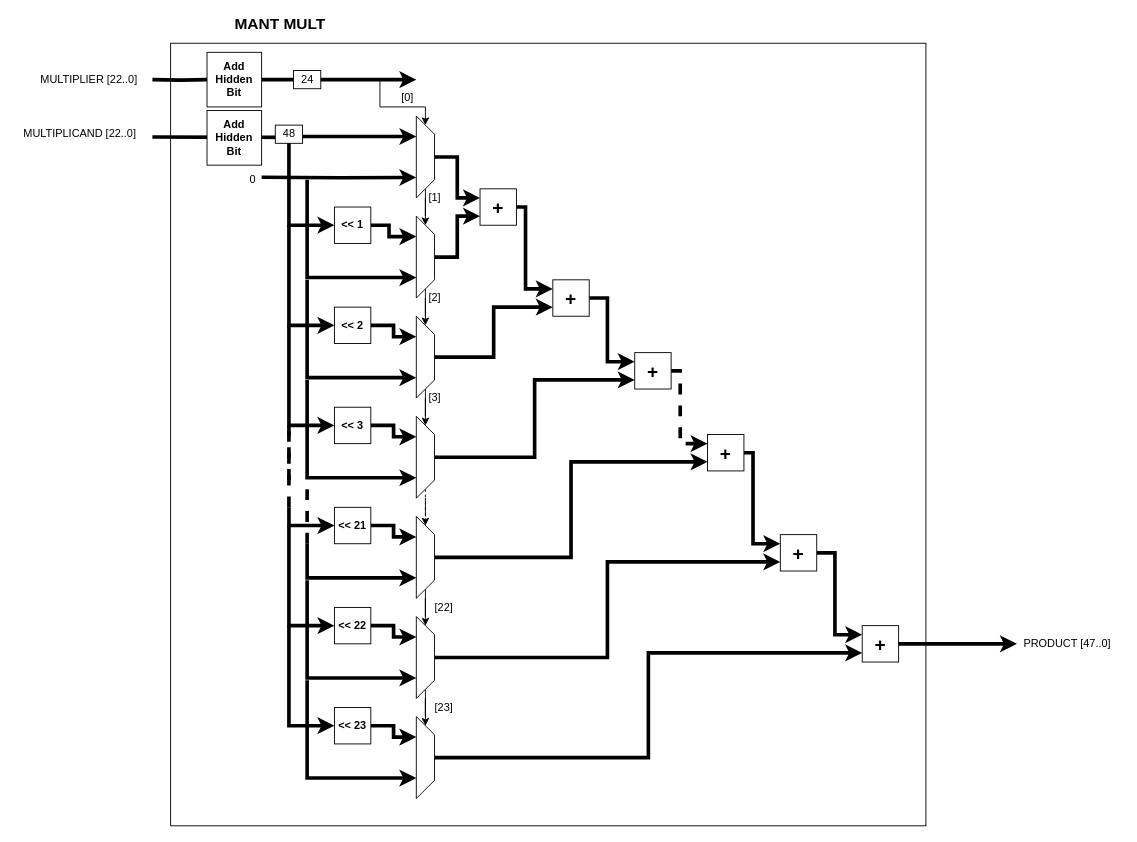
This is page "Mant_Multiplier" (8 of 15) of Diagrams/Floating-point.drawio from hohaicongthuan/Project-2, a draw.io file, before an edit. Source tidied: cells renumbered, new cells numbered last; positions are measured from the earlier drawing's top-left corner, leaving out a move shared by most shapes. Both pictures are drawn from the tidied source at 91%, with x=0, y=0 at pixel (15, 15).
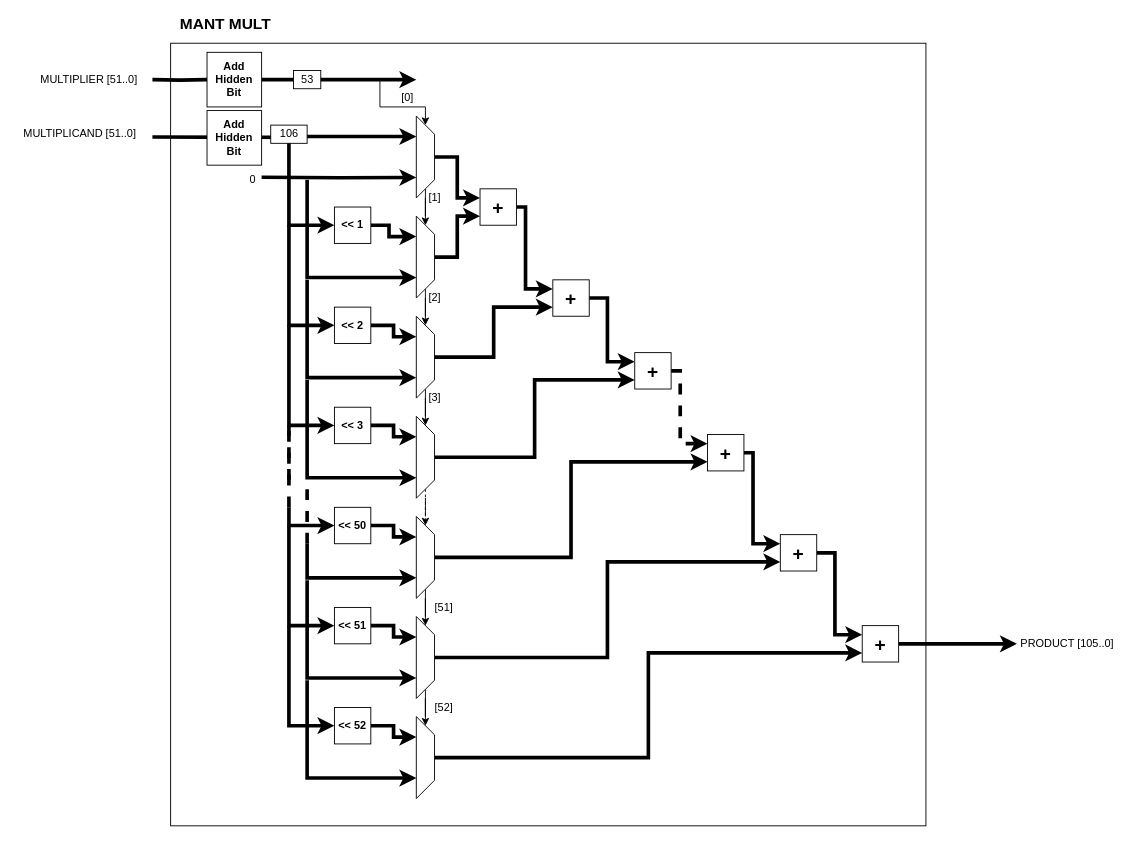
The same diagram, later.

What changed in the source:
```diff
@@
-    <mxCell id="12" value="MULTIPLICAND [22..0]" style="text;html=1;align=center;verticalAlign=middle;strokeColor=none;fillColor=none;" parent="1" vertex="1">
+    <mxCell id="12" value="MULTIPLICAND [51..0]" style="text;html=1;align=center;verticalAlign=middle;strokeColor=none;fillColor=none;" parent="1" vertex="1">
       <mxGeometry y="120" width="140" height="20" as="geometry" />
     </mxCell>
@@
-    <mxCell id="44" value="&lt;b&gt;&amp;lt;&amp;lt; 21&lt;/b&gt;" style="rounded=0;whiteSpace=wrap;html=1;fillColor=#FFFFFF;" parent="1" vertex="1">
+    <mxCell id="44" value="&lt;b&gt;&amp;lt;&amp;lt; 50&lt;/b&gt;" style="rounded=0;whiteSpace=wrap;html=1;fillColor=#FFFFFF;" parent="1" vertex="1">
       <mxGeometry x="350" y="540" width="40" height="40" as="geometry" />
     </mxCell>
@@
-    <mxCell id="53" value="&lt;b&gt;&amp;lt;&amp;lt; 22&lt;/b&gt;" style="rounded=0;whiteSpace=wrap;html=1;fillColor=#FFFFFF;" parent="1" vertex="1">
+    <mxCell id="53" value="&lt;b&gt;&amp;lt;&amp;lt; 51&lt;/b&gt;" style="rounded=0;whiteSpace=wrap;html=1;fillColor=#FFFFFF;" parent="1" vertex="1">
       <mxGeometry x="350" y="650" width="40" height="40" as="geometry" />
     </mxCell>
@@
-    <mxCell id="58" value="&lt;b&gt;&amp;lt;&amp;lt; 23&lt;/b&gt;" style="rounded=0;whiteSpace=wrap;html=1;fillColor=#FFFFFF;" parent="1" vertex="1">
+    <mxCell id="58" value="&lt;b&gt;&amp;lt;&amp;lt; 52&lt;/b&gt;" style="rounded=0;whiteSpace=wrap;html=1;fillColor=#FFFFFF;" parent="1" vertex="1">
       <mxGeometry x="350" y="760" width="40" height="40" as="geometry" />
     </mxCell>
@@
-    <mxCell id="67" value="PRODUCT [47..0]" style="text;html=1;align=center;verticalAlign=middle;strokeColor=none;fillColor=none;" parent="1" vertex="1">
-      <mxGeometry x="1100" y="680" width="110" height="20" as="geometry" />
+    <mxCell id="67" value="PRODUCT [105..0]" style="text;html=1;align=center;verticalAlign=middle;strokeColor=none;fillColor=none;" parent="1" vertex="1">
+      <mxGeometry x="1095" y="680" width="120" height="20" as="geometry" />
     </mxCell>
@@
-    <mxCell id="69" value="MULTIPLIER [22..0]" style="text;html=1;align=center;verticalAlign=middle;strokeColor=none;fillColor=none;" parent="1" vertex="1">
+    <mxCell id="69" value="MULTIPLIER [51..0]" style="text;html=1;align=center;verticalAlign=middle;strokeColor=none;fillColor=none;" parent="1" vertex="1">
       <mxGeometry x="20" y="60" width="120" height="20" as="geometry" />
     </mxCell>
@@
-    <mxCell id="74" value="[22]" style="text;html=1;align=center;verticalAlign=middle;strokeColor=none;fillColor=none;" parent="1" vertex="1">
+    <mxCell id="74" value="[51]" style="text;html=1;align=center;verticalAlign=middle;strokeColor=none;fillColor=none;" parent="1" vertex="1">
       <mxGeometry x="450" y="640" width="40" height="20" as="geometry" />
     </mxCell>
-    <mxCell id="75" value="[23]" style="text;html=1;align=center;verticalAlign=middle;strokeColor=none;fillColor=none;" parent="1" vertex="1">
+    <mxCell id="75" value="[52]" style="text;html=1;align=center;verticalAlign=middle;strokeColor=none;fillColor=none;" parent="1" vertex="1">
       <mxGeometry x="450" y="750" width="40" height="20" as="geometry" />
     </mxCell>
     <mxCell id="76" value="&lt;font style=&quot;font-size: 17px&quot;&gt;&lt;b&gt;MANT MULT&lt;/b&gt;&lt;/font&gt;" style="text;html=1;align=center;verticalAlign=middle;strokeColor=none;fillColor=none;" parent="1" vertex="1">
-      <mxGeometry x="230" width="120" height="20" as="geometry" />
+      <mxGeometry x="170" width="120" height="20" as="geometry" />
     </mxCell>
@@
-    <mxCell id="80" value="24" style="text;html=1;align=center;verticalAlign=middle;strokeColor=default;fillColor=default;" parent="1" vertex="1">
+    <mxCell id="80" value="53" style="text;html=1;align=center;verticalAlign=middle;strokeColor=default;fillColor=default;" parent="1" vertex="1">
       <mxGeometry x="305" y="60" width="30" height="20" as="geometry" />
     </mxCell>
-    <mxCell id="81" value="48" style="text;html=1;align=center;verticalAlign=middle;strokeColor=default;fillColor=default;" parent="1" vertex="1">
-      <mxGeometry x="285" y="120" width="30" height="20" as="geometry" />
+    <mxCell id="81" value="106" style="text;html=1;align=center;verticalAlign=middle;strokeColor=default;fillColor=default;" parent="1" vertex="1">
+      <mxGeometry x="280" y="120" width="40" height="20" as="geometry" />
     </mxCell>
```
